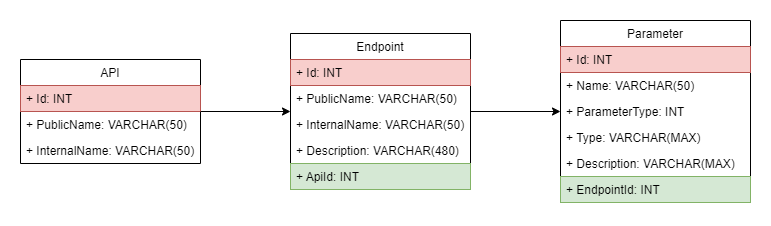
This is Documentacao/Broker/Broker - Diagrama de Banco de Dados.png from BrunoViotto18/ETS-Hub, a draw.io export, as it was before one commit. Source tidied: cells renumbered, new cells last; positions are measured from the earlier drawing's top-left corner, leaving out a move shared by most shapes. Source of this version:
```xml
<mxGraphModel>
  <root>
    <mxCell id="0" />
    <mxCell id="1" parent="0" />
    <mxCell id="2" value="API" style="swimlane;fontStyle=0;horizontal=1;startSize=26;fillColor=none;" parent="1" vertex="1">
      <mxGeometry y="39" width="180" height="104" as="geometry" />
    </mxCell>
    <mxCell id="3" value="+ Id: INT" style="text;strokeColor=#b85450;fillColor=#f8cecc;align=left;verticalAlign=top;spacingLeft=4;spacingRight=4;overflow=hidden;" parent="2" vertex="1">
      <mxGeometry y="26" width="180" height="26" as="geometry" />
    </mxCell>
    <mxCell id="4" value="+ PublicName: VARCHAR(50)" style="text;strokeColor=none;fillColor=none;align=left;verticalAlign=top;spacingLeft=4;spacingRight=4;overflow=hidden;" parent="2" vertex="1">
      <mxGeometry y="52" width="180" height="26" as="geometry" />
    </mxCell>
    <mxCell id="5" value="+ InternalName: VARCHAR(50)" style="text;strokeColor=none;fillColor=none;align=left;verticalAlign=top;spacingLeft=4;spacingRight=4;overflow=hidden;" parent="2" vertex="1">
      <mxGeometry y="78" width="180" height="26" as="geometry" />
    </mxCell>
    <mxCell id="6" style="edgeStyle=orthogonalEdgeStyle;rounded=0;jettySize=auto;html=1;endArrow=none;endFill=0;startArrow=classic;startFill=1;" parent="1" edge="1" source="7" target="2">
      <mxGeometry relative="1" as="geometry" />
    </mxCell>
    <mxCell id="7" value="Endpoint" style="swimlane;fontStyle=0;horizontal=1;startSize=26;fillColor=none;" parent="1" vertex="1">
      <mxGeometry x="270" y="13" width="180" height="156" as="geometry" />
    </mxCell>
    <mxCell id="8" value="+ Id: INT" style="text;strokeColor=#b85450;fillColor=#f8cecc;align=left;verticalAlign=top;spacingLeft=4;spacingRight=4;overflow=hidden;" parent="7" vertex="1">
      <mxGeometry y="26" width="180" height="26" as="geometry" />
    </mxCell>
    <mxCell id="9" value="+ PublicName: VARCHAR(50)" style="text;strokeColor=none;fillColor=none;align=left;verticalAlign=top;spacingLeft=4;spacingRight=4;overflow=hidden;" parent="7" vertex="1">
      <mxGeometry y="52" width="180" height="26" as="geometry" />
    </mxCell>
    <mxCell id="10" value="+ InternalName: VARCHAR(50)" style="text;strokeColor=none;fillColor=none;align=left;verticalAlign=top;spacingLeft=4;spacingRight=4;overflow=hidden;" parent="7" vertex="1">
      <mxGeometry y="78" width="180" height="26" as="geometry" />
    </mxCell>
    <mxCell id="11" value="+ Description: VARCHAR(480)" style="text;strokeColor=none;fillColor=none;align=left;verticalAlign=top;spacingLeft=4;spacingRight=4;overflow=hidden;" parent="7" vertex="1">
      <mxGeometry y="104" width="180" height="26" as="geometry" />
    </mxCell>
    <mxCell id="12" value="+ ApiId: INT" style="text;strokeColor=#82b366;fillColor=#d5e8d4;align=left;verticalAlign=top;spacingLeft=4;spacingRight=4;overflow=hidden;" parent="7" vertex="1">
      <mxGeometry y="130" width="180" height="26" as="geometry" />
    </mxCell>
    <mxCell id="13" style="edgeStyle=orthogonalEdgeStyle;rounded=0;jettySize=auto;html=1;startArrow=classic;startFill=1;endArrow=none;endFill=0;" parent="1" edge="1" source="14" target="7">
      <mxGeometry relative="1" as="geometry" />
    </mxCell>
    <mxCell id="14" value="Parameter" style="swimlane;fontStyle=0;horizontal=1;startSize=26;fillColor=none;" parent="1" vertex="1">
      <mxGeometry x="540" width="190" height="182" as="geometry" />
    </mxCell>
    <mxCell id="15" value="+ Id: INT" style="text;strokeColor=#b85450;fillColor=#f8cecc;align=left;verticalAlign=top;spacingLeft=4;spacingRight=4;overflow=hidden;" parent="14" vertex="1">
      <mxGeometry y="26" width="190" height="26" as="geometry" />
    </mxCell>
    <mxCell id="16" value="+ Name: VARCHAR(50)" style="text;strokeColor=none;fillColor=none;align=left;verticalAlign=top;spacingLeft=4;spacingRight=4;overflow=hidden;" parent="14" vertex="1">
      <mxGeometry y="52" width="190" height="26" as="geometry" />
    </mxCell>
    <mxCell id="17" value="+ ParameterType: INT" style="text;strokeColor=none;fillColor=none;align=left;verticalAlign=top;spacingLeft=4;spacingRight=4;overflow=hidden;" parent="14" vertex="1">
      <mxGeometry y="78" width="190" height="26" as="geometry" />
    </mxCell>
    <mxCell id="18" value="+ Type: VARCHAR(MAX)" style="text;strokeColor=none;fillColor=none;align=left;verticalAlign=top;spacingLeft=4;spacingRight=4;overflow=hidden;" parent="14" vertex="1">
      <mxGeometry y="104" width="190" height="26" as="geometry" />
    </mxCell>
    <mxCell id="19" value="+ Description: VARCHAR(MAX)" style="text;strokeColor=none;fillColor=none;align=left;verticalAlign=top;spacingLeft=4;spacingRight=4;overflow=hidden;" parent="14" vertex="1">
      <mxGeometry y="130" width="190" height="26" as="geometry" />
    </mxCell>
    <mxCell id="20" value="+ EndpointId: INT" style="text;strokeColor=#82b366;fillColor=#d5e8d4;align=left;verticalAlign=top;spacingLeft=4;spacingRight=4;overflow=hidden;" parent="14" vertex="1">
      <mxGeometry y="156" width="190" height="26" as="geometry" />
    </mxCell>
  </root>
</mxGraphModel>
```
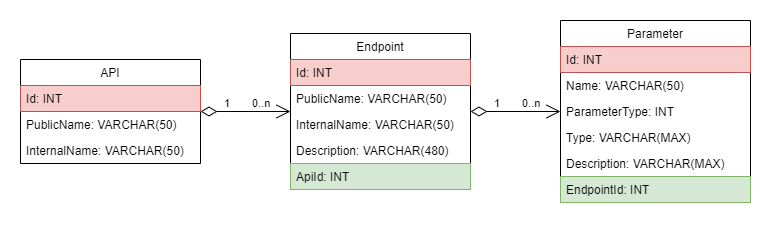
Later version of the same file.

What changed in the source:
```diff
@@ -5,59 +5,79 @@
     <mxCell id="2" value="API" style="swimlane;fontStyle=0;horizontal=1;startSize=26;fillColor=none;" parent="1" vertex="1">
       <mxGeometry y="39" width="180" height="104" as="geometry" />
     </mxCell>
-    <mxCell id="3" value="+ Id: INT" style="text;strokeColor=#b85450;fillColor=#f8cecc;align=left;verticalAlign=top;spacingLeft=4;spacingRight=4;overflow=hidden;" parent="2" vertex="1">
+    <mxCell id="3" value="Id: INT" style="text;strokeColor=#b85450;fillColor=#f8cecc;align=left;verticalAlign=top;spacingLeft=4;spacingRight=4;overflow=hidden;" parent="2" vertex="1">
       <mxGeometry y="26" width="180" height="26" as="geometry" />
     </mxCell>
-    <mxCell id="4" value="+ PublicName: VARCHAR(50)" style="text;strokeColor=none;fillColor=none;align=left;verticalAlign=top;spacingLeft=4;spacingRight=4;overflow=hidden;" parent="2" vertex="1">
+    <mxCell id="4" value="PublicName: VARCHAR(50)" style="text;strokeColor=none;fillColor=none;align=left;verticalAlign=top;spacingLeft=4;spacingRight=4;overflow=hidden;" parent="2" vertex="1">
       <mxGeometry y="52" width="180" height="26" as="geometry" />
     </mxCell>
-    <mxCell id="5" value="+ InternalName: VARCHAR(50)" style="text;strokeColor=none;fillColor=none;align=left;verticalAlign=top;spacingLeft=4;spacingRight=4;overflow=hidden;" parent="2" vertex="1">
+    <mxCell id="5" value="InternalName: VARCHAR(50)" style="text;strokeColor=none;fillColor=none;align=left;verticalAlign=top;spacingLeft=4;spacingRight=4;overflow=hidden;" parent="2" vertex="1">
       <mxGeometry y="78" width="180" height="26" as="geometry" />
     </mxCell>
-    <mxCell id="6" style="edgeStyle=orthogonalEdgeStyle;rounded=0;jettySize=auto;html=1;endArrow=none;endFill=0;startArrow=classic;startFill=1;" parent="1" edge="1" source="7" target="2">
-      <mxGeometry relative="1" as="geometry" />
-    </mxCell>
     <mxCell id="7" value="Endpoint" style="swimlane;fontStyle=0;horizontal=1;startSize=26;fillColor=none;" parent="1" vertex="1">
       <mxGeometry x="270" y="13" width="180" height="156" as="geometry" />
     </mxCell>
-    <mxCell id="8" value="+ Id: INT" style="text;strokeColor=#b85450;fillColor=#f8cecc;align=left;verticalAlign=top;spacingLeft=4;spacingRight=4;overflow=hidden;" parent="7" vertex="1">
+    <mxCell id="8" value="Id: INT" style="text;strokeColor=#b85450;fillColor=#f8cecc;align=left;verticalAlign=top;spacingLeft=4;spacingRight=4;overflow=hidden;" parent="7" vertex="1">
       <mxGeometry y="26" width="180" height="26" as="geometry" />
     </mxCell>
-    <mxCell id="9" value="+ PublicName: VARCHAR(50)" style="text;strokeColor=none;fillColor=none;align=left;verticalAlign=top;spacingLeft=4;spacingRight=4;overflow=hidden;" parent="7" vertex="1">
+    <mxCell id="9" value="PublicName: VARCHAR(50)" style="text;strokeColor=none;fillColor=none;align=left;verticalAlign=top;spacingLeft=4;spacingRight=4;overflow=hidden;" parent="7" vertex="1">
       <mxGeometry y="52" width="180" height="26" as="geometry" />
     </mxCell>
-    <mxCell id="10" value="+ InternalName: VARCHAR(50)" style="text;strokeColor=none;fillColor=none;align=left;verticalAlign=top;spacingLeft=4;spacingRight=4;overflow=hidden;" parent="7" vertex="1">
+    <mxCell id="10" value="InternalName: VARCHAR(50)" style="text;strokeColor=none;fillColor=none;align=left;verticalAlign=top;spacingLeft=4;spacingRight=4;overflow=hidden;" parent="7" vertex="1">
       <mxGeometry y="78" width="180" height="26" as="geometry" />
     </mxCell>
-    <mxCell id="11" value="+ Description: VARCHAR(480)" style="text;strokeColor=none;fillColor=none;align=left;verticalAlign=top;spacingLeft=4;spacingRight=4;overflow=hidden;" parent="7" vertex="1">
+    <mxCell id="11" value="Description: VARCHAR(480)" style="text;strokeColor=none;fillColor=none;align=left;verticalAlign=top;spacingLeft=4;spacingRight=4;overflow=hidden;" parent="7" vertex="1">
       <mxGeometry y="104" width="180" height="26" as="geometry" />
     </mxCell>
-    <mxCell id="12" value="+ ApiId: INT" style="text;strokeColor=#82b366;fillColor=#d5e8d4;align=left;verticalAlign=top;spacingLeft=4;spacingRight=4;overflow=hidden;" parent="7" vertex="1">
+    <mxCell id="12" value="ApiId: INT" style="text;strokeColor=#82b366;fillColor=#d5e8d4;align=left;verticalAlign=top;spacingLeft=4;spacingRight=4;overflow=hidden;" parent="7" vertex="1">
       <mxGeometry y="130" width="180" height="26" as="geometry" />
     </mxCell>
-    <mxCell id="13" style="edgeStyle=orthogonalEdgeStyle;rounded=0;jettySize=auto;html=1;startArrow=classic;startFill=1;endArrow=none;endFill=0;" parent="1" edge="1" source="14" target="7">
-      <mxGeometry relative="1" as="geometry" />
-    </mxCell>
     <mxCell id="14" value="Parameter" style="swimlane;fontStyle=0;horizontal=1;startSize=26;fillColor=none;" parent="1" vertex="1">
       <mxGeometry x="540" width="190" height="182" as="geometry" />
     </mxCell>
-    <mxCell id="15" value="+ Id: INT" style="text;strokeColor=#b85450;fillColor=#f8cecc;align=left;verticalAlign=top;spacingLeft=4;spacingRight=4;overflow=hidden;" parent="14" vertex="1">
+    <mxCell id="15" value="Id: INT" style="text;strokeColor=#b85450;fillColor=#f8cecc;align=left;verticalAlign=top;spacingLeft=4;spacingRight=4;overflow=hidden;" parent="14" vertex="1">
       <mxGeometry y="26" width="190" height="26" as="geometry" />
     </mxCell>
-    <mxCell id="16" value="+ Name: VARCHAR(50)" style="text;strokeColor=none;fillColor=none;align=left;verticalAlign=top;spacingLeft=4;spacingRight=4;overflow=hidden;" parent="14" vertex="1">
+    <mxCell id="16" value="Name: VARCHAR(50)" style="text;strokeColor=none;fillColor=none;align=left;verticalAlign=top;spacingLeft=4;spacingRight=4;overflow=hidden;" parent="14" vertex="1">
       <mxGeometry y="52" width="190" height="26" as="geometry" />
     </mxCell>
-    <mxCell id="17" value="+ ParameterType: INT" style="text;strokeColor=none;fillColor=none;align=left;verticalAlign=top;spacingLeft=4;spacingRight=4;overflow=hidden;" parent="14" vertex="1">
+    <mxCell id="17" value="ParameterType: INT" style="text;strokeColor=none;fillColor=none;align=left;verticalAlign=top;spacingLeft=4;spacingRight=4;overflow=hidden;" parent="14" vertex="1">
       <mxGeometry y="78" width="190" height="26" as="geometry" />
     </mxCell>
-    <mxCell id="18" value="+ Type: VARCHAR(MAX)" style="text;strokeColor=none;fillColor=none;align=left;verticalAlign=top;spacingLeft=4;spacingRight=4;overflow=hidden;" parent="14" vertex="1">
+    <mxCell id="18" value="Type: VARCHAR(MAX)" style="text;strokeColor=none;fillColor=none;align=left;verticalAlign=top;spacingLeft=4;spacingRight=4;overflow=hidden;" parent="14" vertex="1">
       <mxGeometry y="104" width="190" height="26" as="geometry" />
     </mxCell>
-    <mxCell id="19" value="+ Description: VARCHAR(MAX)" style="text;strokeColor=none;fillColor=none;align=left;verticalAlign=top;spacingLeft=4;spacingRight=4;overflow=hidden;" parent="14" vertex="1">
+    <mxCell id="19" value="Description: VARCHAR(MAX)" style="text;strokeColor=none;fillColor=none;align=left;verticalAlign=top;spacingLeft=4;spacingRight=4;overflow=hidden;" parent="14" vertex="1">
       <mxGeometry y="130" width="190" height="26" as="geometry" />
     </mxCell>
-    <mxCell id="20" value="+ EndpointId: INT" style="text;strokeColor=#82b366;fillColor=#d5e8d4;align=left;verticalAlign=top;spacingLeft=4;spacingRight=4;overflow=hidden;" parent="14" vertex="1">
+    <mxCell id="20" value="EndpointId: INT" style="text;strokeColor=#82b366;fillColor=#d5e8d4;align=left;verticalAlign=top;spacingLeft=4;spacingRight=4;overflow=hidden;" parent="14" vertex="1">
       <mxGeometry y="156" width="190" height="26" as="geometry" />
     </mxCell>
+    <mxCell id="21" style="endArrow=open;html=1;endSize=12;startArrow=diamondThin;startSize=14;startFill=0;edgeStyle=orthogonalEdgeStyle;rounded=0;" parent="1" edge="1" source="2" target="7">
+      <mxGeometry relative="1" as="geometry" />
+    </mxCell>
+    <mxCell id="22" value="0..n" style="edgeLabel;html=1;align=left;verticalAlign=top;" parent="21" vertex="1">
+      <mxGeometry x="-1" relative="1" as="geometry">
+        <mxPoint x="50" y="-21" as="offset" />
+      </mxGeometry>
+    </mxCell>
+    <mxCell id="23" value="1" style="edgeLabel;html=1;align=right;verticalAlign=top;" parent="21" vertex="1">
+      <mxGeometry x="1" relative="1" as="geometry">
+        <mxPoint x="-60" y="-21" as="offset" />
+      </mxGeometry>
+    </mxCell>
+    <mxCell id="24" style="endArrow=open;html=1;endSize=12;startArrow=diamondThin;startSize=14;startFill=0;edgeStyle=orthogonalEdgeStyle;rounded=0;" parent="1" edge="1" source="7" target="14">
+      <mxGeometry relative="1" as="geometry" />
+    </mxCell>
+    <mxCell id="25" value="0..n" style="edgeLabel;html=1;align=left;verticalAlign=top;" parent="24" vertex="1">
+      <mxGeometry x="-1" relative="1" as="geometry">
+        <mxPoint x="50" y="-21" as="offset" />
+      </mxGeometry>
+    </mxCell>
+    <mxCell id="26" value="1" style="edgeLabel;html=1;align=right;verticalAlign=top;" parent="24" vertex="1">
+      <mxGeometry x="1" relative="1" as="geometry">
+        <mxPoint x="-60" y="-21" as="offset" />
+      </mxGeometry>
+    </mxCell>
   </root>
 </mxGraphModel>
```
